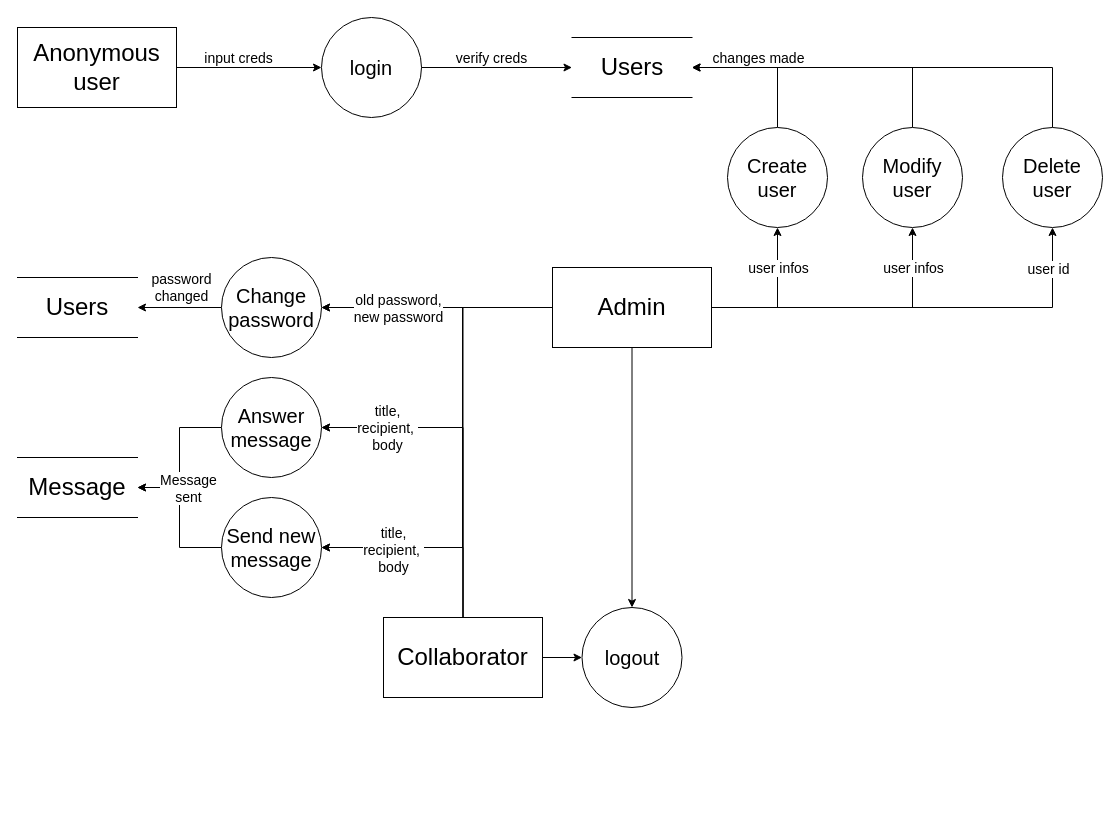
The draw.io diagram rapport/Untitled Diagram.drawio in kurisukun/STI_Projet1, before the edit. Source tidied: cells renumbered, new cells numbered last; positions are measured from the earlier drawing's top-left corner, leaving out a move shared by most shapes. Both pictures are drawn from the tidied source at 100%, with x=0, y=0 at pixel (17, 17).
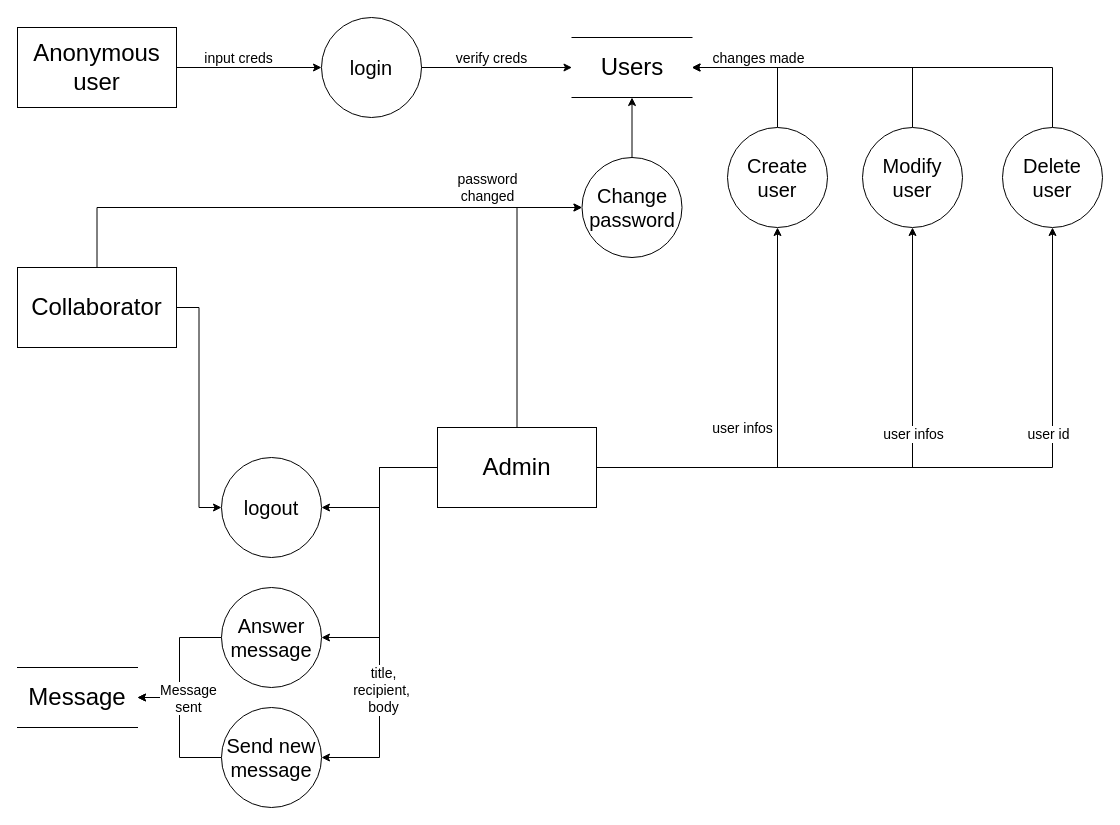
After the change.

Unchanged cells that the change refers to:
```xml
<mxCell id="14" style="edgeStyle=orthogonalEdgeStyle;rounded=0;jettySize=auto;html=1;exitX=1;exitY=0.5;exitDx=0;exitDy=0;entryX=0.5;entryY=1;entryDx=0;entryDy=0;fontSize=14;" parent="1" edge="1" source="19" target="28">
  <mxGeometry relative="1" as="geometry" />
</mxCell>
<mxCell id="16" style="edgeStyle=orthogonalEdgeStyle;rounded=0;jettySize=auto;html=1;exitX=1;exitY=0.5;exitDx=0;exitDy=0;entryX=0.5;entryY=1;entryDx=0;entryDy=0;fontSize=14;" parent="1" edge="1" source="19" target="31">
  <mxGeometry relative="1" as="geometry" />
</mxCell>
<mxCell id="26" value="&lt;font style=&quot;font-size: 20px&quot;&gt;Create user&lt;/font&gt;" style="ellipse;whiteSpace=wrap;html=1;" parent="1" vertex="1">
  <mxGeometry x="710" y="110" width="100" height="100" as="geometry" />
</mxCell>
<mxCell id="39" value="&lt;font style=&quot;font-size: 24px&quot;&gt;Users&lt;/font&gt;" style="shape=partialRectangle;whiteSpace=wrap;html=1;left=0;right=0;fillColor=none;" parent="1" vertex="1">
  <mxGeometry x="554.5" y="20" width="120" height="60" as="geometry" />
</mxCell>
```

The edit, as a diff of the source:
```diff
@@
-    <mxCell id="3" style="edgeStyle=orthogonalEdgeStyle;rounded=0;jettySize=auto;html=1;exitX=0.5;exitY=0;exitDx=0;exitDy=0;entryX=1;entryY=0.5;entryDx=0;entryDy=0;fontSize=14;" parent="1" edge="1" source="6" target="33">
+    <mxCell id="3" style="edgeStyle=orthogonalEdgeStyle;rounded=0;jettySize=auto;html=1;exitX=0.5;exitY=0;exitDx=0;exitDy=0;entryX=0;entryY=0.5;entryDx=0;entryDy=0;fontSize=14;" parent="1" edge="1" source="6" target="33">
       <mxGeometry relative="1" as="geometry" />
     </mxCell>
-    <mxCell id="4" style="edgeStyle=orthogonalEdgeStyle;rounded=0;jettySize=auto;html=1;exitX=0.5;exitY=0;exitDx=0;exitDy=0;entryX=1;entryY=0.5;entryDx=0;entryDy=0;fontSize=14;" parent="1" edge="1" source="6" target="24">
-      <mxGeometry relative="1" as="geometry" />
-    </mxCell>
-    <mxCell id="5" style="edgeStyle=orthogonalEdgeStyle;rounded=0;jettySize=auto;html=1;exitX=0.5;exitY=0;exitDx=0;exitDy=0;entryX=1;entryY=0.5;entryDx=0;entryDy=0;fontSize=14;" parent="1" edge="1" source="6" target="21">
-      <mxGeometry relative="1" as="geometry" />
-    </mxCell>
     <mxCell id="6" value="&lt;font style=&quot;font-size: 24px&quot;&gt;Collaborator&lt;/font&gt;" style="rounded=0;whiteSpace=wrap;html=1;" parent="1" vertex="1">
-      <mxGeometry x="366" y="600" width="159" height="80" as="geometry" />
+      <mxGeometry y="250" width="159" height="80" as="geometry" />
     </mxCell>
-    <mxCell id="7" style="edgeStyle=orthogonalEdgeStyle;rounded=0;jettySize=auto;html=1;exitX=0.5;exitY=1;exitDx=0;exitDy=0;entryX=0.5;entryY=0;entryDx=0;entryDy=0;fontSize=14;" parent="1" edge="1" source="19" target="36">
-      <mxGeometry relative="1" as="geometry" />
-    </mxCell>
-    <mxCell id="8" style="edgeStyle=orthogonalEdgeStyle;rounded=0;jettySize=auto;html=1;exitX=0;exitY=0.5;exitDx=0;exitDy=0;entryX=1;entryY=0.5;entryDx=0;entryDy=0;fontSize=14;" parent="1" edge="1" source="19" target="33">
-      <mxGeometry relative="1" as="geometry" />
-    </mxCell>
-    <mxCell id="9" value="old password,&lt;br&gt;new password" style="edgeLabel;html=1;align=center;verticalAlign=middle;fontSize=14;" parent="8" vertex="1">
-      <mxGeometry x="0.27" y="2" relative="1" as="geometry">
-        <mxPoint x="-8" y="-2" as="offset" />
-      </mxGeometry>
-    </mxCell>
-    <mxCell id="10" style="edgeStyle=orthogonalEdgeStyle;rounded=0;jettySize=auto;html=1;exitX=0;exitY=0.5;exitDx=0;exitDy=0;entryX=1;entryY=0.5;entryDx=0;entryDy=0;fontSize=14;" parent="1" edge="1" source="19" target="24">
-      <mxGeometry relative="1" as="geometry">
-        <Array as="points">
-          <mxPoint x="445" y="290" />
-          <mxPoint x="445" y="410" />
-        </Array>
-      </mxGeometry>
-    </mxCell>
-    <mxCell id="11" value="title,&lt;br&gt;recipient,&amp;nbsp;&lt;br&gt;body" style="edgeLabel;html=1;align=center;verticalAlign=middle;fontSize=14;" parent="10" vertex="1">
-      <mxGeometry x="0.69" relative="1" as="geometry">
-        <mxPoint x="11" as="offset" />
-      </mxGeometry>
-    </mxCell>
-    <mxCell id="12" style="edgeStyle=orthogonalEdgeStyle;rounded=0;jettySize=auto;html=1;exitX=0;exitY=0.5;exitDx=0;exitDy=0;entryX=1;entryY=0.5;entryDx=0;entryDy=0;fontSize=14;" parent="1" edge="1" source="19" target="21">
-      <mxGeometry relative="1" as="geometry">
-        <Array as="points">
-          <mxPoint x="445" y="290" />
-          <mxPoint x="445" y="530" />
-        </Array>
-      </mxGeometry>
-    </mxCell>
     <mxCell id="13" style="edgeStyle=orthogonalEdgeStyle;rounded=0;jettySize=auto;html=1;exitX=1;exitY=0.5;exitDx=0;exitDy=0;entryX=0.5;entryY=1;entryDx=0;entryDy=0;fontSize=14;" parent="1" edge="1" source="19" target="26">
       <mxGeometry relative="1" as="geometry">
         <Array as="points">
-          <mxPoint x="760" y="290" />
+          <mxPoint x="760" y="450" />
         </Array>
       </mxGeometry>
     </mxCell>
@@
     <mxCell id="15" value="user infos" style="edgeLabel;html=1;align=center;verticalAlign=middle;fontSize=14;" parent="14" vertex="1">
       <mxGeometry x="0.64" y="1" relative="1" as="geometry">
-        <mxPoint x="1" y="-11" as="offset" />
+        <mxPoint x="1" y="106.3" as="offset" />
       </mxGeometry>
     </mxCell>
@@
     <mxCell id="17" value="user infos" style="edgeLabel;html=1;align=center;verticalAlign=middle;fontSize=14;" parent="16" vertex="1">
       <mxGeometry x="-0.82" y="1" relative="1" as="geometry">
-        <mxPoint x="28" y="-39" as="offset" />
+        <mxPoint x="82.2" y="-39" as="offset" />
       </mxGeometry>
     </mxCell>
     <mxCell id="18" value="user id" style="edgeLabel;html=1;align=center;verticalAlign=middle;fontSize=14;" parent="16" vertex="1">
       <mxGeometry x="0.72" y="-5" relative="1" as="geometry">
-        <mxPoint x="-10" y="-18" as="offset" />
+        <mxPoint x="-10" y="109.8" as="offset" />
       </mxGeometry>
     </mxCell>
+    <mxCell id="10" style="edgeStyle=orthogonalEdgeStyle;rounded=0;jettySize=auto;html=1;exitX=0;exitY=0.5;exitDx=0;exitDy=0;entryX=1;entryY=0.5;entryDx=0;entryDy=0;fontSize=14;" parent="1" edge="1" source="19" target="24">
+      <mxGeometry relative="1" as="geometry" />
+    </mxCell>
+    <mxCell id="12" style="edgeStyle=orthogonalEdgeStyle;rounded=0;jettySize=auto;html=1;exitX=0;exitY=0.5;exitDx=0;exitDy=0;entryX=1;entryY=0.5;entryDx=0;entryDy=0;fontSize=14;" parent="1" edge="1" source="19" target="21">
+      <mxGeometry relative="1" as="geometry" />
+    </mxCell>
+    <mxCell id="7" style="edgeStyle=orthogonalEdgeStyle;rounded=0;jettySize=auto;html=1;exitX=0;exitY=0.5;exitDx=0;exitDy=0;entryX=1;entryY=0.5;entryDx=0;entryDy=0;fontSize=14;" parent="1" edge="1" source="19" target="36">
+      <mxGeometry relative="1" as="geometry" />
+    </mxCell>
+    <mxCell id="8" style="edgeStyle=orthogonalEdgeStyle;rounded=0;jettySize=auto;html=1;exitX=0.5;exitY=0;exitDx=0;exitDy=0;entryX=0;entryY=0.5;entryDx=0;entryDy=0;fontSize=14;" parent="1" edge="1" source="19" target="33">
+      <mxGeometry relative="1" as="geometry" />
+    </mxCell>
     <mxCell id="19" value="&lt;font style=&quot;font-size: 24px&quot;&gt;Admin&lt;/font&gt;" style="rounded=0;whiteSpace=wrap;html=1;" parent="1" vertex="1">
-      <mxGeometry x="535" y="250" width="159" height="80" as="geometry" />
+      <mxGeometry x="420" y="410" width="159" height="80" as="geometry" />
     </mxCell>
@@
     <mxCell id="21" value="&lt;font style=&quot;font-size: 20px&quot;&gt;Send new message&lt;/font&gt;" style="ellipse;whiteSpace=wrap;html=1;" parent="1" vertex="1">
-      <mxGeometry x="204" y="480" width="100" height="100" as="geometry" />
+      <mxGeometry x="204" y="690" width="100" height="100" as="geometry" />
     </mxCell>
@@
     <mxCell id="24" value="&lt;font style=&quot;font-size: 20px&quot;&gt;Answer message&lt;/font&gt;" style="ellipse;whiteSpace=wrap;html=1;" parent="1" vertex="1">
-      <mxGeometry x="204" y="360" width="100" height="100" as="geometry" />
+      <mxGeometry x="204" y="570" width="100" height="100" as="geometry" />
     </mxCell>
@@
-    <mxCell id="32" style="edgeStyle=orthogonalEdgeStyle;rounded=0;jettySize=auto;html=1;exitX=0;exitY=0.5;exitDx=0;exitDy=0;entryX=1;entryY=0.5;entryDx=0;entryDy=0;fontSize=14;" parent="1" edge="1" source="33" target="43">
-      <mxGeometry relative="1" as="geometry" />
-    </mxCell>
+    <mxCell id="46" style="edgeStyle=orthogonalEdgeStyle;rounded=0;jettySize=auto;html=1;exitX=0.5;exitY=0;exitDx=0;exitDy=0;entryX=0.5;entryY=1;entryDx=0;entryDy=0;fontSize=14;" parent="1" edge="1" source="33" target="39">
+      <mxGeometry relative="1" as="geometry" />
+    </mxCell>
     <mxCell id="33" value="&lt;font style=&quot;font-size: 20px&quot;&gt;Change password&lt;/font&gt;" style="ellipse;whiteSpace=wrap;html=1;" parent="1" vertex="1">
-      <mxGeometry x="204" y="240" width="100" height="100" as="geometry" />
+      <mxGeometry x="564.5" y="140" width="100" height="100" as="geometry" />
     </mxCell>
@@
     <mxCell id="36" value="&lt;span style=&quot;font-size: 20px&quot;&gt;logout&lt;/span&gt;" style="ellipse;whiteSpace=wrap;html=1;" parent="1" vertex="1">
-      <mxGeometry x="564.5" y="590" width="100" height="100" as="geometry" />
+      <mxGeometry x="204" y="440" width="100" height="100" as="geometry" />
     </mxCell>
@@
     <mxCell id="42" value="&lt;font style=&quot;font-size: 24px&quot;&gt;Message&lt;/font&gt;" style="shape=partialRectangle;whiteSpace=wrap;html=1;left=0;right=0;fillColor=none;" parent="1" vertex="1">
-      <mxGeometry y="440" width="120" height="60" as="geometry" />
+      <mxGeometry y="650" width="120" height="60" as="geometry" />
     </mxCell>
-    <mxCell id="43" value="&lt;font style=&quot;font-size: 24px&quot;&gt;Users&lt;/font&gt;" style="shape=partialRectangle;whiteSpace=wrap;html=1;left=0;right=0;fillColor=none;" parent="1" vertex="1">
-      <mxGeometry y="260" width="120" height="60" as="geometry" />
-    </mxCell>
     <mxCell id="44" value="title,&lt;br&gt;recipient,&amp;nbsp;&lt;br&gt;body" style="edgeLabel;html=1;align=center;verticalAlign=middle;fontSize=14;" parent="1" vertex="1">
-      <mxGeometry x="380" y="430" as="geometry">
+      <mxGeometry x="370" y="570" as="geometry">
         <mxPoint x="-5" y="102" as="offset" />
       </mxGeometry>
     </mxCell>
     <mxCell id="45" value="password &lt;br&gt;changed" style="text;html=1;align=center;verticalAlign=middle;fontSize=14;" parent="1" vertex="1">
-      <mxGeometry x="124" y="250" width="80" height="40" as="geometry" />
+      <mxGeometry x="430" y="150" width="80" height="40" as="geometry" />
     </mxCell>
```
